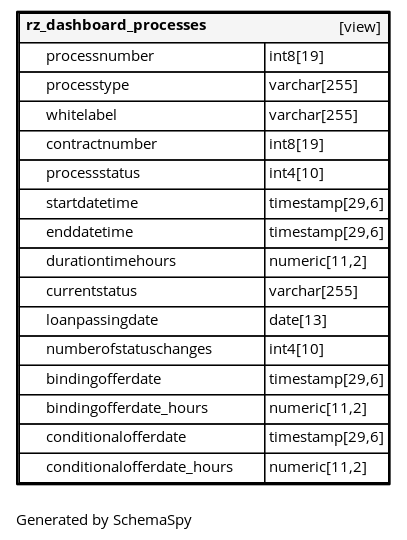
The Graphviz diagram db_standardzone_version01/diagrams/tables/rz_dashboard_processes.1degree.png in fyndoo/fyndoo.github.io, before a commit. Its source is kept beside it as db_standardzone_version01/diagrams/tables/rz_dashboard_processes.1degree.dot.
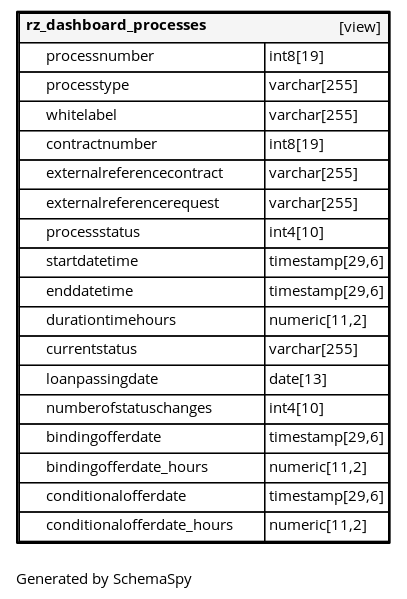
After the change.

Change to the diagram source:
```diff
@@ -26,6 +26,8 @@
       <TR><TD PORT="processtype" COLSPAN="2" ALIGN="LEFT"><TABLE BORDER="0" CELLSPACING="0" ALIGN="LEFT"><TR ALIGN="LEFT"><TD ALIGN="LEFT" FIXEDSIZE="TRUE" WIDTH="15" HEIGHT="16"></TD><TD ALIGN="LEFT" FIXEDSIZE="TRUE" WIDTH="163" HEIGHT="16">processtype</TD></TR></TABLE></TD><TD PORT="processtype.type" ALIGN="LEFT">varchar[255]</TD></TR>
       <TR><TD PORT="whitelabel" COLSPAN="2" ALIGN="LEFT"><TABLE BORDER="0" CELLSPACING="0" ALIGN="LEFT"><TR ALIGN="LEFT"><TD ALIGN="LEFT" FIXEDSIZE="TRUE" WIDTH="15" HEIGHT="16"></TD><TD ALIGN="LEFT" FIXEDSIZE="TRUE" WIDTH="163" HEIGHT="16">whitelabel</TD></TR></TABLE></TD><TD PORT="whitelabel.type" ALIGN="LEFT">varchar[255]</TD></TR>
       <TR><TD PORT="contractnumber" COLSPAN="2" ALIGN="LEFT"><TABLE BORDER="0" CELLSPACING="0" ALIGN="LEFT"><TR ALIGN="LEFT"><TD ALIGN="LEFT" FIXEDSIZE="TRUE" WIDTH="15" HEIGHT="16"></TD><TD ALIGN="LEFT" FIXEDSIZE="TRUE" WIDTH="163" HEIGHT="16">contractnumber</TD></TR></TABLE></TD><TD PORT="contractnumber.type" ALIGN="LEFT">int8[19]</TD></TR>
+      <TR><TD PORT="externalreferencecontract" COLSPAN="2" ALIGN="LEFT"><TABLE BORDER="0" CELLSPACING="0" ALIGN="LEFT"><TR ALIGN="LEFT"><TD ALIGN="LEFT" FIXEDSIZE="TRUE" WIDTH="15" HEIGHT="16"></TD><TD ALIGN="LEFT" FIXEDSIZE="TRUE" WIDTH="163" HEIGHT="16">externalreferencecontract</TD></TR></TABLE></TD><TD PORT="externalreferencecontract.type" ALIGN="LEFT">varchar[255]</TD></TR>
+      <TR><TD PORT="externalreferencerequest" COLSPAN="2" ALIGN="LEFT"><TABLE BORDER="0" CELLSPACING="0" ALIGN="LEFT"><TR ALIGN="LEFT"><TD ALIGN="LEFT" FIXEDSIZE="TRUE" WIDTH="15" HEIGHT="16"></TD><TD ALIGN="LEFT" FIXEDSIZE="TRUE" WIDTH="163" HEIGHT="16">externalreferencerequest</TD></TR></TABLE></TD><TD PORT="externalreferencerequest.type" ALIGN="LEFT">varchar[255]</TD></TR>
       <TR><TD PORT="processstatus" COLSPAN="2" ALIGN="LEFT"><TABLE BORDER="0" CELLSPACING="0" ALIGN="LEFT"><TR ALIGN="LEFT"><TD ALIGN="LEFT" FIXEDSIZE="TRUE" WIDTH="15" HEIGHT="16"></TD><TD ALIGN="LEFT" FIXEDSIZE="TRUE" WIDTH="163" HEIGHT="16">processstatus</TD></TR></TABLE></TD><TD PORT="processstatus.type" ALIGN="LEFT">int4[10]</TD></TR>
       <TR><TD PORT="startdatetime" COLSPAN="2" ALIGN="LEFT"><TABLE BORDER="0" CELLSPACING="0" ALIGN="LEFT"><TR ALIGN="LEFT"><TD ALIGN="LEFT" FIXEDSIZE="TRUE" WIDTH="15" HEIGHT="16"></TD><TD ALIGN="LEFT" FIXEDSIZE="TRUE" WIDTH="163" HEIGHT="16">startdatetime</TD></TR></TABLE></TD><TD PORT="startdatetime.type" ALIGN="LEFT">timestamp[29,6]</TD></TR>
       <TR><TD PORT="enddatetime" COLSPAN="2" ALIGN="LEFT"><TABLE BORDER="0" CELLSPACING="0" ALIGN="LEFT"><TR ALIGN="LEFT"><TD ALIGN="LEFT" FIXEDSIZE="TRUE" WIDTH="15" HEIGHT="16"></TD><TD ALIGN="LEFT" FIXEDSIZE="TRUE" WIDTH="163" HEIGHT="16">enddatetime</TD></TR></TABLE></TD><TD PORT="enddatetime.type" ALIGN="LEFT">timestamp[29,6]</TD></TR>
```
